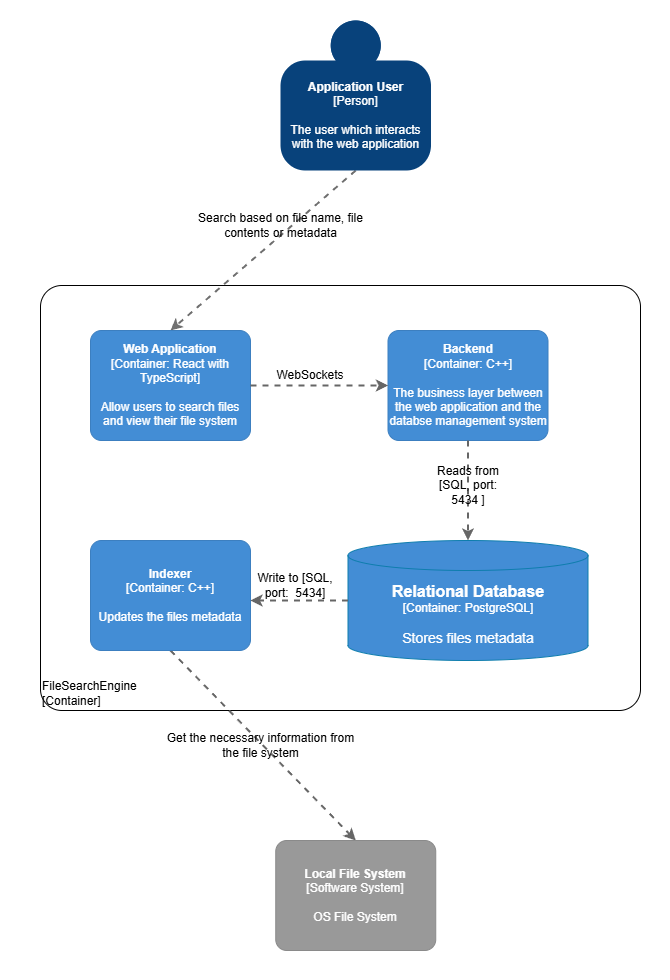
Before: architecture_assets/images/C4 Container.drawio.png, a diagram exported from draw.io (roland7734/FileSearchEngineSystem). Source tidied: cells renumbered, new cells last; positions are measured from the earlier drawing's top-left corner, leaving out a move shared by most shapes. Source of this version:
```xml
<mxGraphModel>
  <root>
    <mxCell id="0" />
    <mxCell id="1" parent="0" />
    <mxCell id="2" style="rounded=0;whiteSpace=wrap;html=1;strokeColor=none;" parent="1" vertex="1">
      <mxGeometry width="670" height="980" as="geometry" />
    </mxCell>
    <object id="3" label="&lt;div style=&quot;text-align: left&quot;&gt;%c4Name%&lt;/div&gt;&lt;div style=&quot;text-align: left&quot;&gt;[%c4Application%]&lt;/div&gt;" c4Application="Container" c4Name="FileSearchEngine" c4Type="ExecutionEnvironment" placeholders="1">
      <mxCell style="rounded=1;whiteSpace=wrap;html=1;labelBackgroundColor=none;fillColor=#ffffff;fontColor=#000000;align=left;arcSize=5;strokeColor=#000000;verticalAlign=bottom;metaData={&quot;c4Type&quot;:{&quot;editable&quot;:false}};" parent="1" vertex="1">
        <mxGeometry x="40" y="285" width="600" height="425" as="geometry" />
      </mxCell>
    </object>
    <mxCell id="4" style="rounded=0;jettySize=auto;html=1;dashed=1;strokeWidth=2;fillColor=#f5f5f5;strokeColor=#666666;exitX=0.5;exitY=1;exitDx=0;exitDy=0;exitPerimeter=0;entryX=0.5;entryY=0;entryDx=0;entryDy=0;entryPerimeter=0;" parent="1" edge="1" source="12" target="7">
      <mxGeometry relative="1" as="geometry" />
    </mxCell>
    <mxCell id="5" style="edgeStyle=none;rounded=0;jettySize=auto;html=1;dashed=1;strokeColor=#707070;strokeWidth=2;fontColor=#707070;entryX=0.5;entryY=0;entryDx=0;entryDy=0;entryPerimeter=0;exitX=0.5;exitY=1;exitDx=0;exitDy=0;exitPerimeter=0;" parent="1" edge="1" source="6" target="8">
      <mxGeometry relative="1" as="geometry" />
    </mxCell>
    <object id="6" label="&lt;b&gt;%c4Name%&lt;/b&gt;&lt;div&gt;[%c4Type%]&lt;/div&gt;&lt;br&gt;&lt;div&gt;%c4Description%&lt;/div&gt;" c4Description="The user which interacts &#10;with the web application" c4Name="Application User" c4Type="Person" placeholders="1">
      <mxCell style="html=1;dashed=0;whitespace=wrap;fillColor=#08427b;strokeColor=none;fontColor=#ffffff;shape=mxgraph.c4.person;align=center;points=[[0.5,0,0],[1,0.5,0],[1,0.75,0],[0.75,1,0],[0.5,1,0],[0.25,1,0],[0,0.75,0],[0,0.5,0]];metaData={&quot;c4Type&quot;:{&quot;editable&quot;:false}};" parent="1" vertex="1">
        <mxGeometry x="280" y="20" width="150.5" height="150" as="geometry" />
      </mxCell>
    </object>
    <object id="7" label="&lt;b&gt;%c4Name%&lt;/b&gt;&lt;div&gt;[%c4Type%]&lt;/div&gt;&lt;br&gt;&lt;div&gt;%c4Description%&lt;/div&gt;" c4Description="OS File System" c4Name="Local File System" c4Type="Software System" placeholders="1">
      <mxCell style="rounded=1;whiteSpace=wrap;html=1;labelBackgroundColor=none;fillColor=#999999;fontColor=#ffffff;align=center;arcSize=10;strokeColor=#8A8A8A;metaData={&quot;c4Type&quot;:{&quot;editable&quot;:false}};points=[[0.25,0,0],[0.5,0,0],[0.75,0,0],[1,0.25,0],[1,0.5,0],[1,0.75,0],[0.75,1,0],[0.5,1,0],[0.25,1,0],[0,0.75,0],[0,0.5,0],[0,0.25,0]];" parent="1" vertex="1">
        <mxGeometry x="275.2" y="840" width="160" height="110" as="geometry" />
      </mxCell>
    </object>
    <object id="8" label="&lt;b&gt;%c4Name%&lt;/b&gt;&lt;div&gt;[%c4Type%: %c4Technology%]&lt;/div&gt;&lt;br&gt;&lt;div&gt;%c4Description%&lt;/div&gt;" c4Description="Allow users to search files and view their file system" c4Name="Web Application" c4Technology="React with TypeScript" c4Type="Container" placeholders="1">
      <mxCell style="rounded=1;whiteSpace=wrap;html=1;labelBackgroundColor=none;fillColor=#438DD5;fontColor=#ffffff;align=center;arcSize=10;strokeColor=#3C7FC0;metaData={&quot;c4Type&quot;:{&quot;editable&quot;:false}};points=[[0.25,0,0],[0.5,0,0],[0.75,0,0],[1,0.25,0],[1,0.5,0],[1,0.75,0],[0.75,1,0],[0.5,1,0],[0.25,1,0],[0,0.75,0],[0,0.5,0],[0,0.25,0]];" parent="1" vertex="1">
        <mxGeometry x="90" y="330" width="160" height="110" as="geometry" />
      </mxCell>
    </object>
    <object id="9" label="&lt;b&gt;%c4Name%&lt;/b&gt;&lt;div&gt;[%c4Type%: %c4Technology%]&lt;/div&gt;&lt;br&gt;&lt;div&gt;%c4Description%&lt;/div&gt;" c4Description="The business layer between the web application and the databse management system" c4Name="Backend" c4Technology="C++" c4Type="Container" placeholders="1">
      <mxCell style="rounded=1;whiteSpace=wrap;html=1;labelBackgroundColor=none;fillColor=#438DD5;fontColor=#ffffff;align=center;arcSize=10;strokeColor=#3C7FC0;metaData={&quot;c4Type&quot;:{&quot;editable&quot;:false}};points=[[0.25,0,0],[0.5,0,0],[0.75,0,0],[1,0.25,0],[1,0.5,0],[1,0.75,0],[0.75,1,0],[0.5,1,0],[0.25,1,0],[0,0.75,0],[0,0.5,0],[0,0.25,0]];" parent="1" vertex="1">
        <mxGeometry x="387.5" y="330" width="160" height="110" as="geometry" />
      </mxCell>
    </object>
    <object id="10" label="&lt;font style=&quot;font-size: 16px&quot;&gt;&lt;b&gt;%c4Name%&lt;/b&gt;&lt;/font&gt;&lt;div&gt;[%c4Type%:&amp;nbsp;%c4Technology%]&lt;/div&gt;&lt;br&gt;&lt;div&gt;&lt;font style=&quot;font-size: 14px&quot;&gt;%c4Description%&lt;/font&gt;&lt;/div&gt;" c4Description="Stores files metadata" c4Name="Relational Database" c4Technology="PostgreSQL" c4Type="Container" placeholders="1">
      <mxCell style="shape=cylinder3;size=15;whiteSpace=wrap;html=1;boundedLbl=1;rounded=0;labelBackgroundColor=none;fillColor=#438DD5;fontSize=12;fontColor=#ffffff;align=center;strokeColor=#0E7DAD;points=[[0.5,0,0],[1,0.25,0],[1,0.5,0],[1,0.75,0],[0.5,1,0],[0,0.75,0],[0,0.5,0],[0,0.25,0]];" parent="1" vertex="1">
        <mxGeometry x="347.5" y="540" width="240" height="120" as="geometry" />
      </mxCell>
    </object>
    <mxCell id="11" style="edgeStyle=orthogonalEdgeStyle;rounded=0;jettySize=auto;html=1;dashed=1;strokeWidth=2;fillColor=#f5f5f5;strokeColor=#666666;exitX=0.5;exitY=1;exitDx=0;exitDy=0;exitPerimeter=0;entryX=0.5;entryY=0;entryDx=0;entryDy=0;entryPerimeter=0;" parent="1" edge="1" source="9" target="10">
      <mxGeometry relative="1" as="geometry" />
    </mxCell>
    <object id="12" label="&lt;b&gt;%c4Name%&lt;/b&gt;&lt;div&gt;[%c4Type%: %c4Technology%]&lt;/div&gt;&lt;br&gt;&lt;div&gt;%c4Description%&lt;/div&gt;" c4Description="Updates the files metadata" c4Name="Indexer" c4Technology="C++" c4Type="Container" placeholders="1">
      <mxCell style="rounded=1;whiteSpace=wrap;html=1;labelBackgroundColor=none;fillColor=#438DD5;fontColor=#ffffff;align=center;arcSize=10;strokeColor=#3C7FC0;metaData={&quot;c4Type&quot;:{&quot;editable&quot;:false}};points=[[0.25,0,0],[0.5,0,0],[0.75,0,0],[1,0.25,0],[1,0.5,0],[1,0.75,0],[0.75,1,0],[0.5,1,0],[0.25,1,0],[0,0.75,0],[0,0.5,0],[0,0.25,0]];" parent="1" vertex="1">
        <mxGeometry x="90" y="540" width="160" height="110" as="geometry" />
      </mxCell>
    </object>
    <mxCell id="13" value="Search based on file name, file contents or metadata" style="text;html=1;align=center;verticalAlign=middle;whiteSpace=wrap;rounded=0;" parent="1" vertex="1">
      <mxGeometry x="180" y="190" width="201" height="70" as="geometry" />
    </mxCell>
    <mxCell id="14" value="Get the necessary information from the file system" style="text;html=1;align=center;verticalAlign=middle;whiteSpace=wrap;rounded=0;" parent="1" vertex="1">
      <mxGeometry x="160" y="710" width="201" height="70" as="geometry" />
    </mxCell>
    <mxCell id="15" value="WebSockets" style="text;html=1;align=center;verticalAlign=middle;whiteSpace=wrap;rounded=0;" parent="1" vertex="1">
      <mxGeometry x="280" y="360" width="60" height="30" as="geometry" />
    </mxCell>
    <mxCell id="16" value="Reads from [SQL, port: 5434 ]" style="text;html=1;align=center;verticalAlign=middle;whiteSpace=wrap;rounded=0;" parent="1" vertex="1">
      <mxGeometry x="422.5" y="470" width="90" height="30" as="geometry" />
    </mxCell>
    <mxCell id="17" value="Write to [SQL, port:&amp;nbsp; 5434]" style="text;html=1;align=center;verticalAlign=middle;whiteSpace=wrap;rounded=0;" parent="1" vertex="1">
      <mxGeometry x="250" y="570" width="90" height="30" as="geometry" />
    </mxCell>
    <mxCell id="18" style="rounded=0;jettySize=auto;html=1;dashed=1;strokeWidth=2;fillColor=#f5f5f5;strokeColor=#666666;exitX=1;exitY=0.5;exitDx=0;exitDy=0;exitPerimeter=0;entryX=0;entryY=0.5;entryDx=0;entryDy=0;entryPerimeter=0;" parent="1" edge="1" source="8" target="9">
      <mxGeometry relative="1" as="geometry" />
    </mxCell>
    <mxCell id="19" style="rounded=0;jettySize=auto;html=1;dashed=1;strokeWidth=2;fillColor=#f5f5f5;strokeColor=#666666;exitX=0;exitY=0.5;exitDx=0;exitDy=0;exitPerimeter=0;entryX=0;entryY=1;entryDx=0;entryDy=0;" parent="1" edge="1" source="10" target="17">
      <mxGeometry relative="1" as="geometry" />
    </mxCell>
  </root>
</mxGraphModel>
```
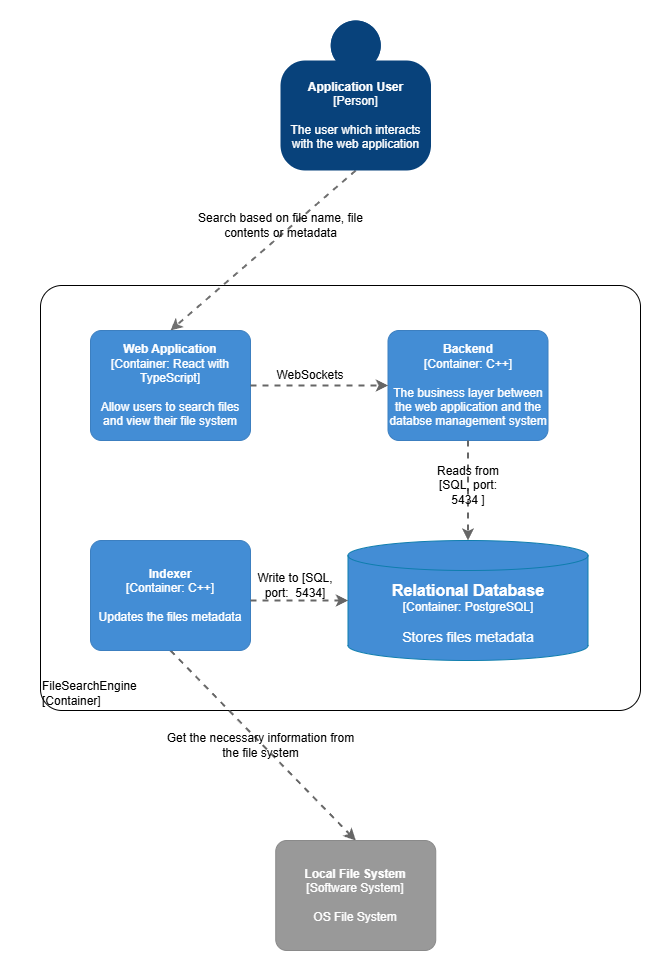
The same diagram one commit later.

Commit message:
docs: modify the C4 Indexer Component and C4 Container Diagram

- Updated the connection between the components to better illustrate the flow and interactions.

- Enhanced the clarity of relationships to reflect more accurate system behavior.

Diff of the diagram source:
```diff
@@ -67,7 +67,7 @@
     <mxCell id="18" style="rounded=0;jettySize=auto;html=1;dashed=1;strokeWidth=2;fillColor=#f5f5f5;strokeColor=#666666;exitX=1;exitY=0.5;exitDx=0;exitDy=0;exitPerimeter=0;entryX=0;entryY=0.5;entryDx=0;entryDy=0;entryPerimeter=0;" parent="1" edge="1" source="8" target="9">
       <mxGeometry relative="1" as="geometry" />
     </mxCell>
-    <mxCell id="19" style="rounded=0;jettySize=auto;html=1;dashed=1;strokeWidth=2;fillColor=#f5f5f5;strokeColor=#666666;exitX=0;exitY=0.5;exitDx=0;exitDy=0;exitPerimeter=0;entryX=0;entryY=1;entryDx=0;entryDy=0;" parent="1" edge="1" source="10" target="17">
+    <mxCell id="19" style="rounded=0;jettySize=auto;html=1;dashed=1;strokeWidth=2;fillColor=#f5f5f5;strokeColor=#666666;exitX=0;exitY=1;exitDx=0;exitDy=0;entryX=0;entryY=0.5;entryDx=0;entryDy=0;entryPerimeter=0;" parent="1" edge="1" source="17" target="10">
       <mxGeometry relative="1" as="geometry" />
     </mxCell>
   </root>
```
